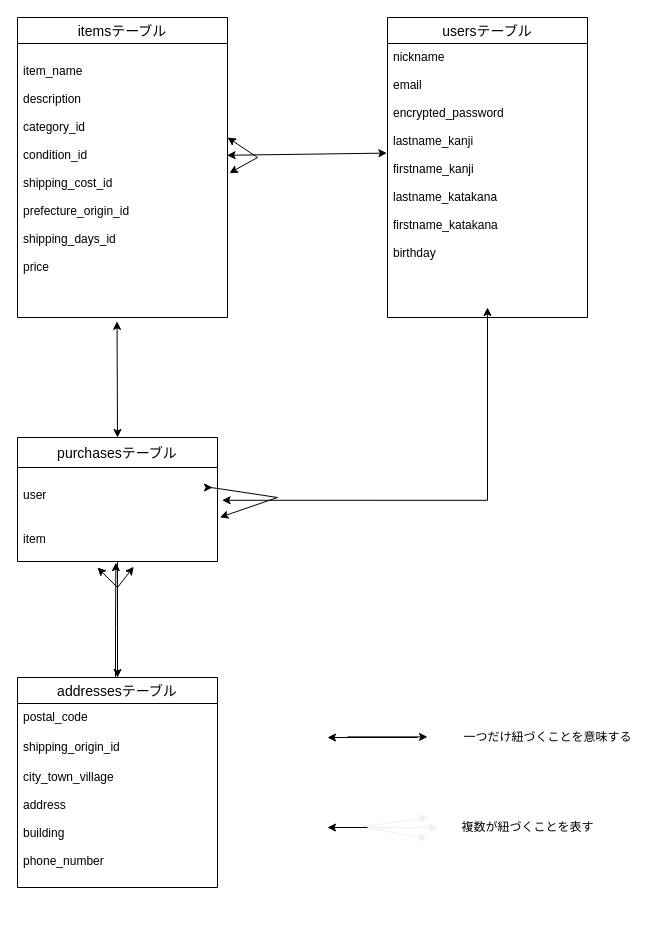
The draw.io diagram table.dio in javelin-ken/furima-34869, before the edit. Source tidied: cells renumbered, new cells numbered last; positions are measured from the earlier drawing's top-left corner, leaving out a move shared by most shapes. Both pictures are drawn from the tidied source at 100%, with x=0, y=0 at pixel (17, 17).
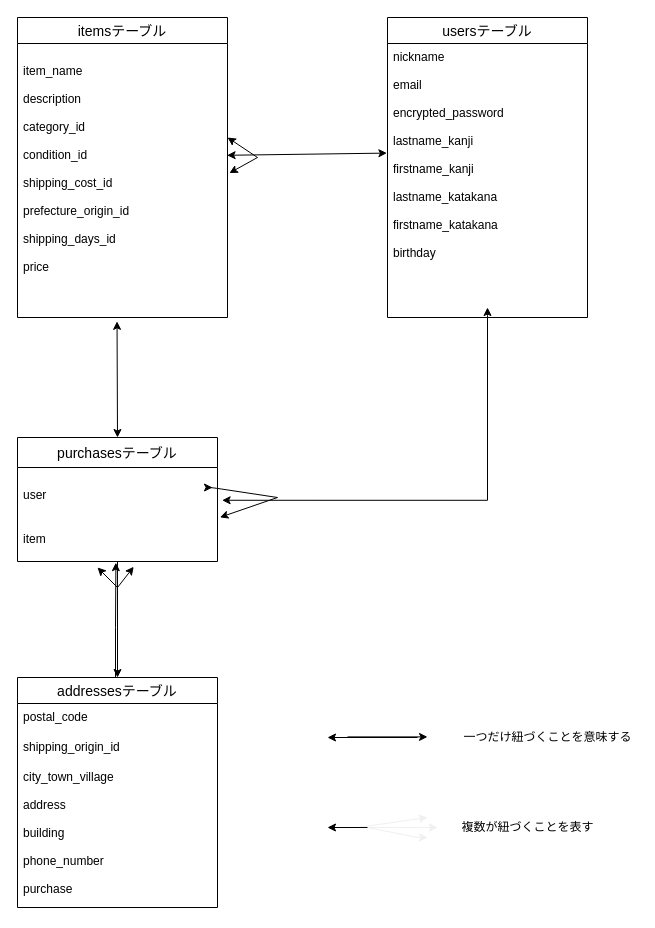
Above is the later version.

Commit message (it also covers changes not shown here):
READMEの修正とER図の修正

Change to the diagram source:
```diff
@@
     <mxCell id="12" value="addressesテーブル" style="swimlane;fontStyle=0;horizontal=1;startSize=26;align=center;fontSize=14;" parent="1" vertex="1">
-      <mxGeometry y="660" width="200" height="210" as="geometry" />
+      <mxGeometry y="660" width="200" height="230" as="geometry" />
     </mxCell>
@@
-    <mxCell id="15" value="city_town_village&#10;&#10;address&#10;&#10;building&#10;&#10;phone_number" style="text;strokeColor=none;fillColor=none;spacingLeft=4;spacingRight=4;overflow=hidden;fontSize=12;" parent="12" vertex="1">
-      <mxGeometry y="86" width="200" height="124" as="geometry" />
+    <mxCell id="15" value="city_town_village&#10;&#10;address&#10;&#10;building&#10;&#10;phone_number&#10;&#10;purchase" style="text;strokeColor=none;fillColor=none;spacingLeft=4;spacingRight=4;overflow=hidden;fontSize=12;" parent="12" vertex="1">
+      <mxGeometry y="86" width="200" height="144" as="geometry" />
     </mxCell>
```
